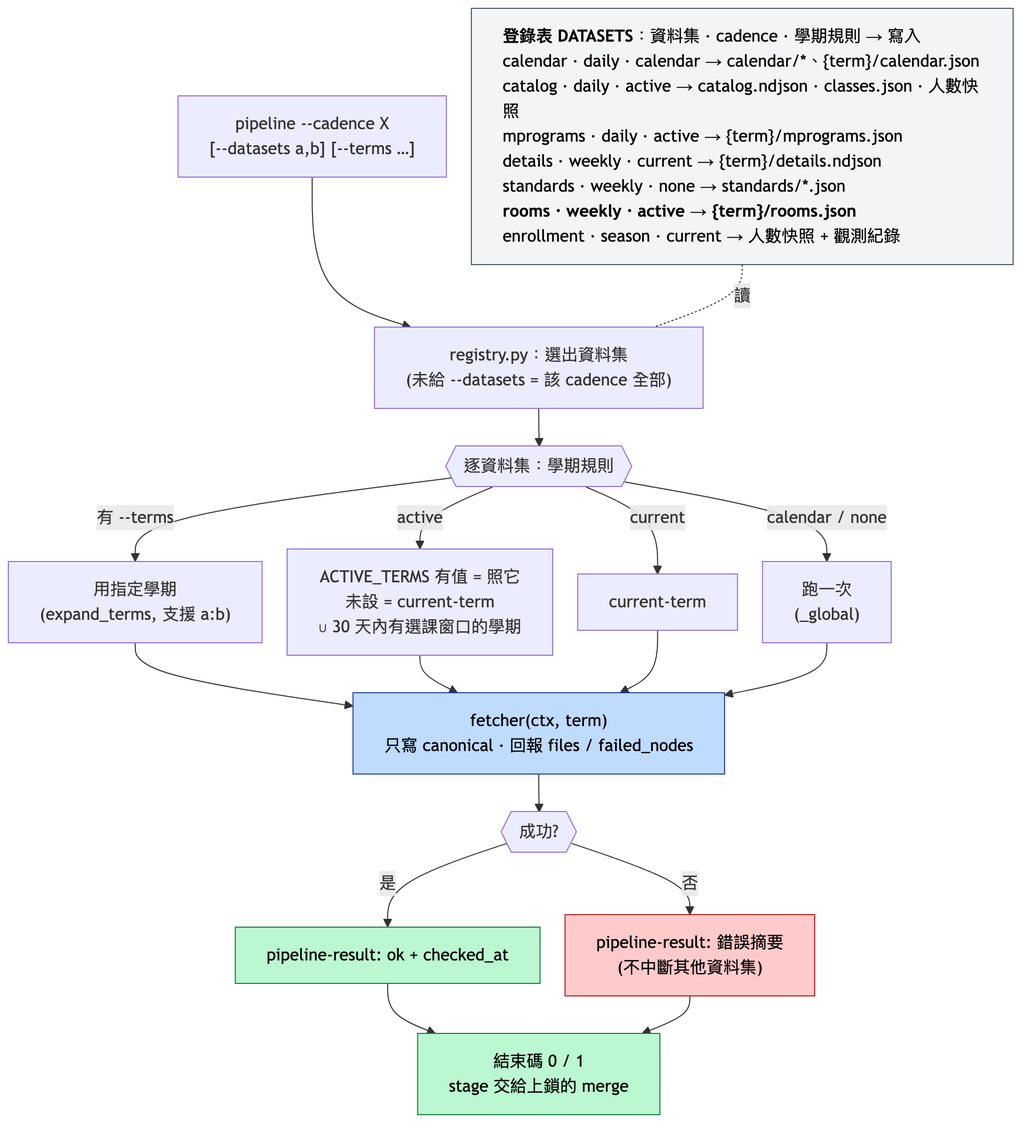
This is docs/diagrams/04-crawl-logic.png from poterpan/ntutbox-course, a Mermaid export, as it was before one commit. Its source is kept beside it as docs/diagrams/04-crawl-logic.mmd.
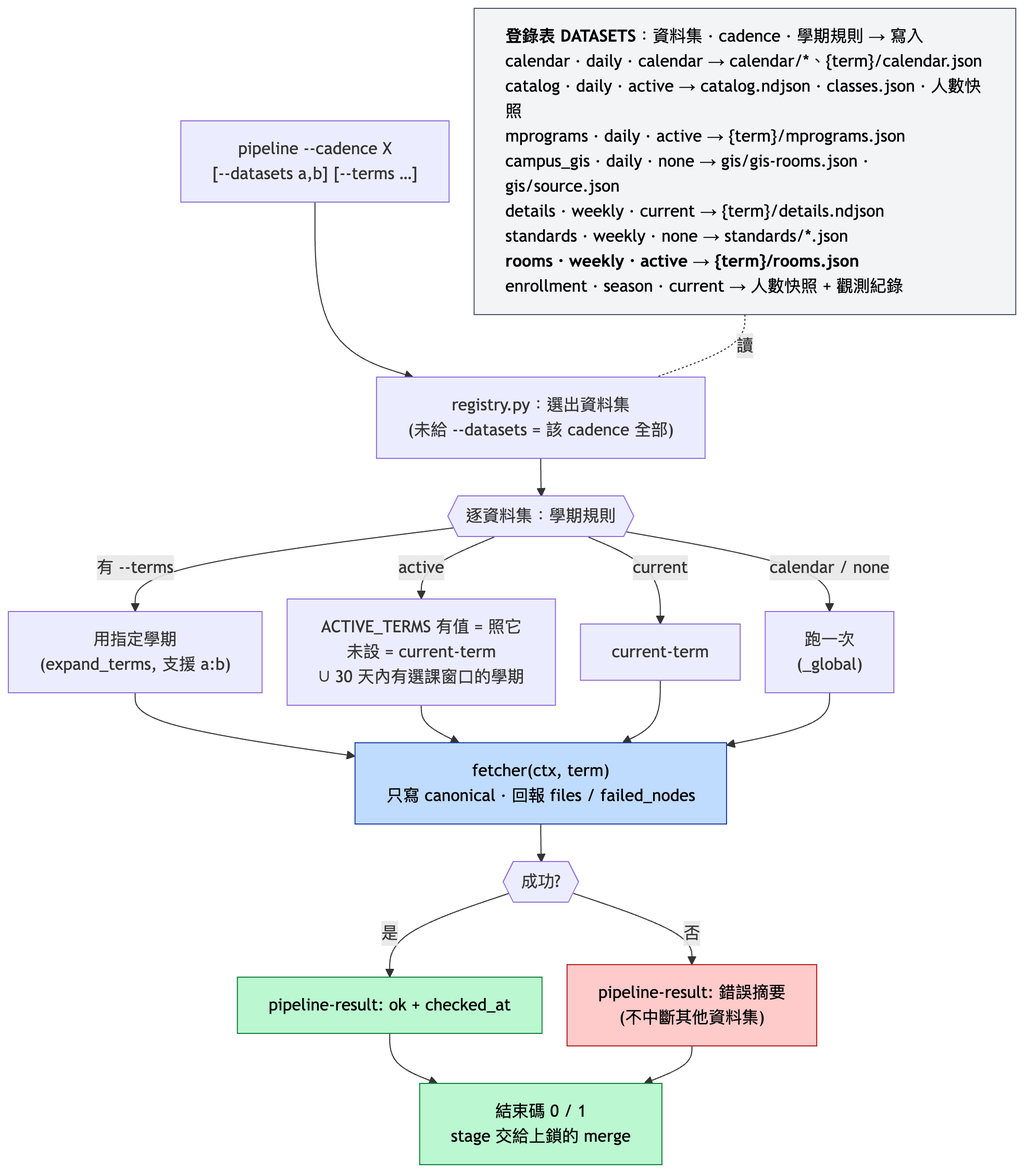
The same diagram one commit later.

The edit, as a diff of the source:
```diff
@@ -8,7 +8,7 @@
 ---
 flowchart TB
     A["pipeline --cadence X<br/>[--datasets a,b] [--terms …]"] --> B["registry.py：選出資料集<br/>(未給 --datasets = 該 cadence 全部)"]
-    REG["<b>登錄表 DATASETS</b>：資料集 · cadence · 學期規則 → 寫入<br/>calendar · daily · calendar → calendar/*、{term}/calendar.json<br/>catalog · daily · active → catalog.ndjson · classes.json · 人數快照<br/>mprograms · daily · active → {term}/mprograms.json<br/>details · weekly · current → {term}/details.ndjson<br/>standards · weekly · none → standards/*.json<br/><b>rooms · weekly · active → {term}/rooms.json</b><br/>enrollment · season · current → 人數快照 + 觀測紀錄"]
+    REG["<b>登錄表 DATASETS</b>：資料集 · cadence · 學期規則 → 寫入<br/>calendar · daily · calendar → calendar/*、{term}/calendar.json<br/>catalog · daily · active → catalog.ndjson · classes.json · 人數快照<br/>mprograms · daily · active → {term}/mprograms.json<br/>campus_gis · daily · none → gis/gis-rooms.json · gis/source.json<br/>details · weekly · current → {term}/details.ndjson<br/>standards · weekly · none → standards/*.json<br/><b>rooms · weekly · active → {term}/rooms.json</b><br/>enrollment · season · current → 人數快照 + 觀測紀錄"]
     REG -.-|讀| B
     B --> C{{"逐資料集：學期規則"}}
     C -->|"有 --terms"| T0["用指定學期<br/>(expand_terms, 支援 a:b)"]
```
